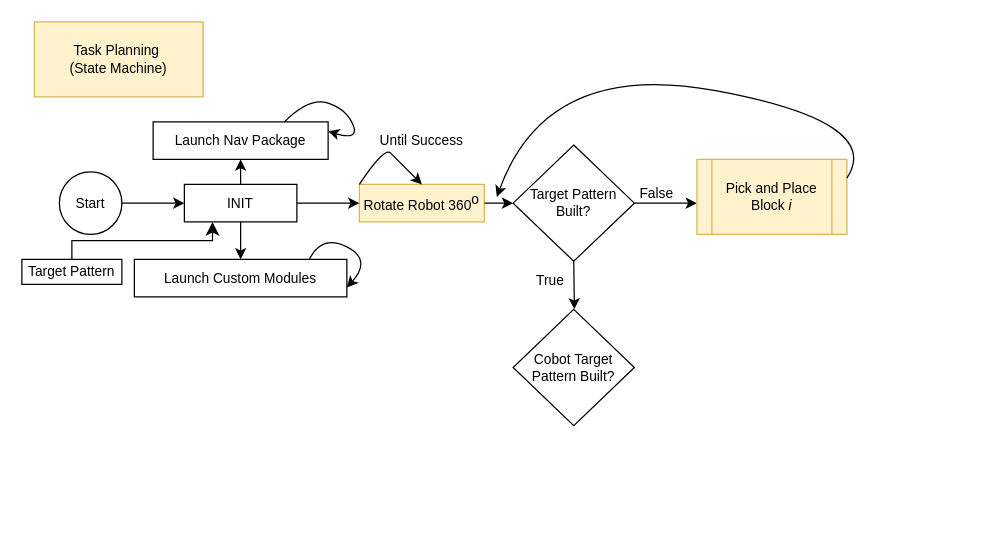
Before: state_machine_task_planning.drawio in sidt36/ME326-Group-8, a draw.io diagram. Source tidied: cells renumbered, new cells numbered last; positions are measured from the earlier drawing's top-left corner, leaving out a move shared by most shapes. Both pictures are drawn from the tidied source at 125%, with x=0, y=0 at pixel (21, 21).
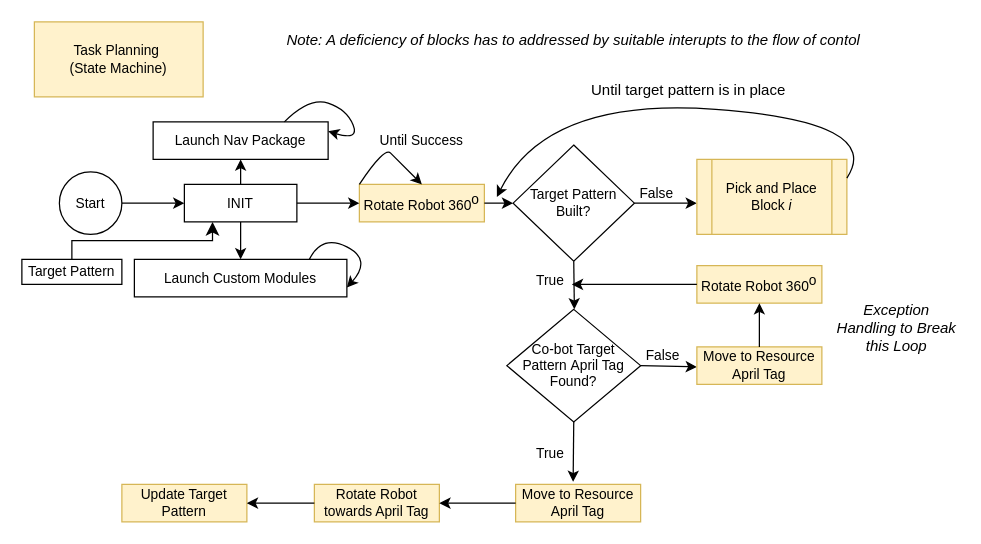
After the change.

Unchanged cells that the change refers to:
```xml
<mxCell id="22" value="Pick and Place Block &lt;i style=&quot;font-size: 11px;&quot;&gt;i&lt;/i&gt;" style="shape=process;whiteSpace=wrap;html=1;backgroundOutline=1;fillColor=#fff2cc;strokeColor=#d6b656;fontSize=11;" parent="1" vertex="1">
  <mxGeometry x="540" y="110" width="120" height="60" as="geometry" />
</mxCell>
```

Change to the diagram source:
```diff
@@
-    <mxCell id="25" value="&lt;span style=&quot;font-size: 11px;&quot;&gt;Cobot Target Pattern&amp;nbsp;Built?&lt;/span&gt;" style="rhombus;whiteSpace=wrap;html=1;fontSize=11;" parent="1" vertex="1">
-      <mxGeometry x="393" y="230" width="97" height="93" as="geometry" />
+    <mxCell id="25" value="&lt;span style=&quot;font-size: 11px;&quot;&gt;Co-bot Target Pattern&amp;nbsp;April Tag Found?&lt;/span&gt;" style="rhombus;whiteSpace=wrap;html=1;fontSize=11;" parent="1" vertex="1">
+      <mxGeometry x="388" y="230" width="107" height="90" as="geometry" />
     </mxCell>
     <mxCell id="26" style="curved=1;endArrow=classic;html=1;rounded=0;exitX=1;exitY=0.25;exitDx=0;exitDy=0;fontSize=11;" parent="1" edge="1" source="22">
       <mxGeometry relative="1" as="geometry">
         <mxPoint x="380" y="140" as="targetPoint" />
         <Array as="points">
           <mxPoint x="690" y="80" />
-          <mxPoint x="420" y="30" />
+          <mxPoint x="420" y="60" />
         </Array>
       </mxGeometry>
     </mxCell>
+    <mxCell id="27" value="Until target pattern is in place" style="text;html=1;align=center;verticalAlign=middle;whiteSpace=wrap;rounded=0;" parent="1" vertex="1">
+      <mxGeometry x="440" y="40" width="187" height="30" as="geometry" />
+    </mxCell>
+    <mxCell id="28" style="endArrow=classic;html=1;rounded=0;exitX=1;exitY=0.5;exitDx=0;exitDy=0;" parent="1" edge="1" source="25">
+      <mxGeometry relative="1" as="geometry">
+        <mxPoint x="540" y="276" as="targetPoint" />
+      </mxGeometry>
+    </mxCell>
+    <mxCell id="29" value="&lt;i&gt;Note: A deficiency of blocks has to addressed by suitable interupts to the flow of contol&lt;/i&gt;" style="text;html=1;align=center;verticalAlign=middle;whiteSpace=wrap;rounded=0;" parent="1" vertex="1">
+      <mxGeometry x="194" width="495" height="30" as="geometry" />
+    </mxCell>
+    <mxCell id="30" value="False" style="text;html=1;align=center;verticalAlign=middle;whiteSpace=wrap;rounded=0;fontSize=11;" parent="1" vertex="1">
+      <mxGeometry x="483" y="252" width="60" height="30" as="geometry" />
+    </mxCell>
+    <mxCell id="31" value="Move to Resource April Tag" style="rounded=0;whiteSpace=wrap;html=1;fillColor=#fff2cc;strokeColor=#d6b656;fontSize=11;" parent="1" vertex="1">
+      <mxGeometry x="540" y="260" width="100" height="30" as="geometry" />
+    </mxCell>
+    <mxCell id="32" value="&lt;font style=&quot;font-size: 11px;&quot;&gt;Rotate Robot 360&lt;sup style=&quot;font-size: 11px;&quot;&gt;o&lt;/sup&gt;&lt;/font&gt;" style="rounded=0;whiteSpace=wrap;html=1;fillColor=#fff2cc;strokeColor=#d6b656;fontSize=11;" parent="1" vertex="1">
+      <mxGeometry x="540" y="195" width="100" height="30" as="geometry" />
+    </mxCell>
+    <mxCell id="33" style="endArrow=classic;html=1;rounded=0;exitX=0.5;exitY=0;exitDx=0;exitDy=0;entryX=0.5;entryY=1;entryDx=0;entryDy=0;" parent="1" edge="1" source="31" target="32">
+      <mxGeometry relative="1" as="geometry" />
+    </mxCell>
+    <mxCell id="34" style="endArrow=classic;html=1;rounded=0;exitX=0;exitY=0.5;exitDx=0;exitDy=0;" parent="1" edge="1" source="32">
+      <mxGeometry relative="1" as="geometry">
+        <mxPoint x="440" y="210" as="targetPoint" />
+      </mxGeometry>
+    </mxCell>
+    <mxCell id="35" value="&lt;i&gt;Exception Handling to Break this Loop&lt;/i&gt;" style="text;html=1;align=center;verticalAlign=middle;whiteSpace=wrap;rounded=0;" parent="1" vertex="1">
+      <mxGeometry x="650" y="230" width="100" height="30" as="geometry" />
+    </mxCell>
+    <mxCell id="36" value="True" style="text;html=1;align=center;verticalAlign=middle;whiteSpace=wrap;rounded=0;fontSize=11;" parent="1" vertex="1">
+      <mxGeometry x="393" y="330" width="60" height="30" as="geometry" />
+    </mxCell>
+    <mxCell id="37" style="endArrow=classic;html=1;rounded=0;exitX=0.5;exitY=1;exitDx=0;exitDy=0;fontSize=11;" parent="1" edge="1" source="25">
+      <mxGeometry relative="1" as="geometry">
+        <mxPoint x="441" y="368" as="targetPoint" />
+      </mxGeometry>
+    </mxCell>
+    <mxCell id="38" value="Move to Resource April Tag" style="rounded=0;whiteSpace=wrap;html=1;fillColor=#fff2cc;strokeColor=#d6b656;fontSize=11;" parent="1" vertex="1">
+      <mxGeometry x="395" y="370" width="100" height="30" as="geometry" />
+    </mxCell>
+    <mxCell id="39" value="Rotate Robot towards April Tag" style="rounded=0;whiteSpace=wrap;html=1;fillColor=#fff2cc;strokeColor=#d6b656;fontSize=11;" parent="1" vertex="1">
+      <mxGeometry x="234" y="370" width="100" height="30" as="geometry" />
+    </mxCell>
+    <mxCell id="40" style="endArrow=classic;html=1;rounded=0;exitX=0;exitY=0.5;exitDx=0;exitDy=0;fontSize=11;entryX=1;entryY=0.5;entryDx=0;entryDy=0;" parent="1" edge="1" source="38" target="39">
+      <mxGeometry relative="1" as="geometry" />
+    </mxCell>
+    <mxCell id="41" value="Update Target Pattern" style="rounded=0;whiteSpace=wrap;html=1;fillColor=#fff2cc;strokeColor=#d6b656;fontSize=11;" parent="1" vertex="1">
+      <mxGeometry x="80" y="370" width="100" height="30" as="geometry" />
+    </mxCell>
+    <mxCell id="42" style="endArrow=classic;html=1;rounded=0;fontSize=11;" parent="1" edge="1" source="39" target="41">
+      <mxGeometry relative="1" as="geometry" />
+    </mxCell>
```
